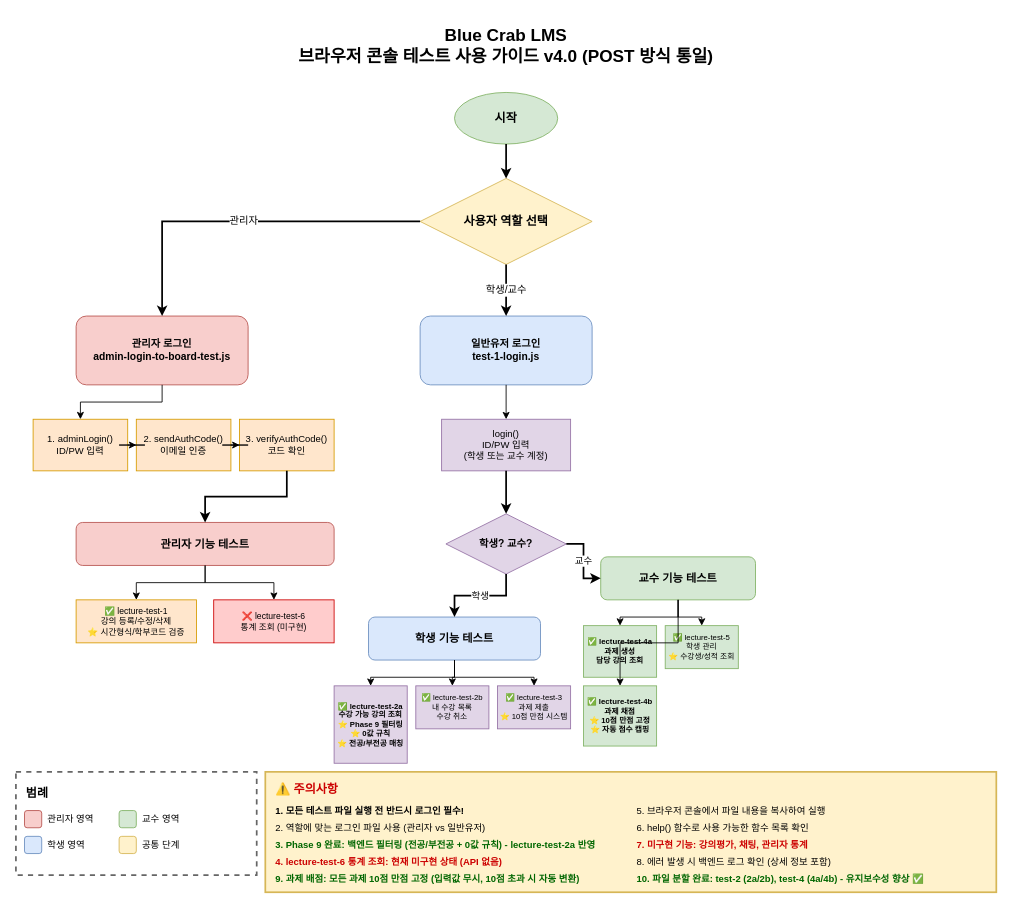
Before: backend/BlueCrab/docs/강의관련기능/브라우저콘솔테스트/usage-diagram.drawio in hooting76/blue-crab-lms, a draw.io diagram. Source tidied: cells renumbered, new cells numbered last; positions are measured from the earlier drawing's top-left corner, leaving out a move shared by most shapes. Both pictures are drawn from the tidied source at 86%, with x=0, y=0 at pixel (15, 15).
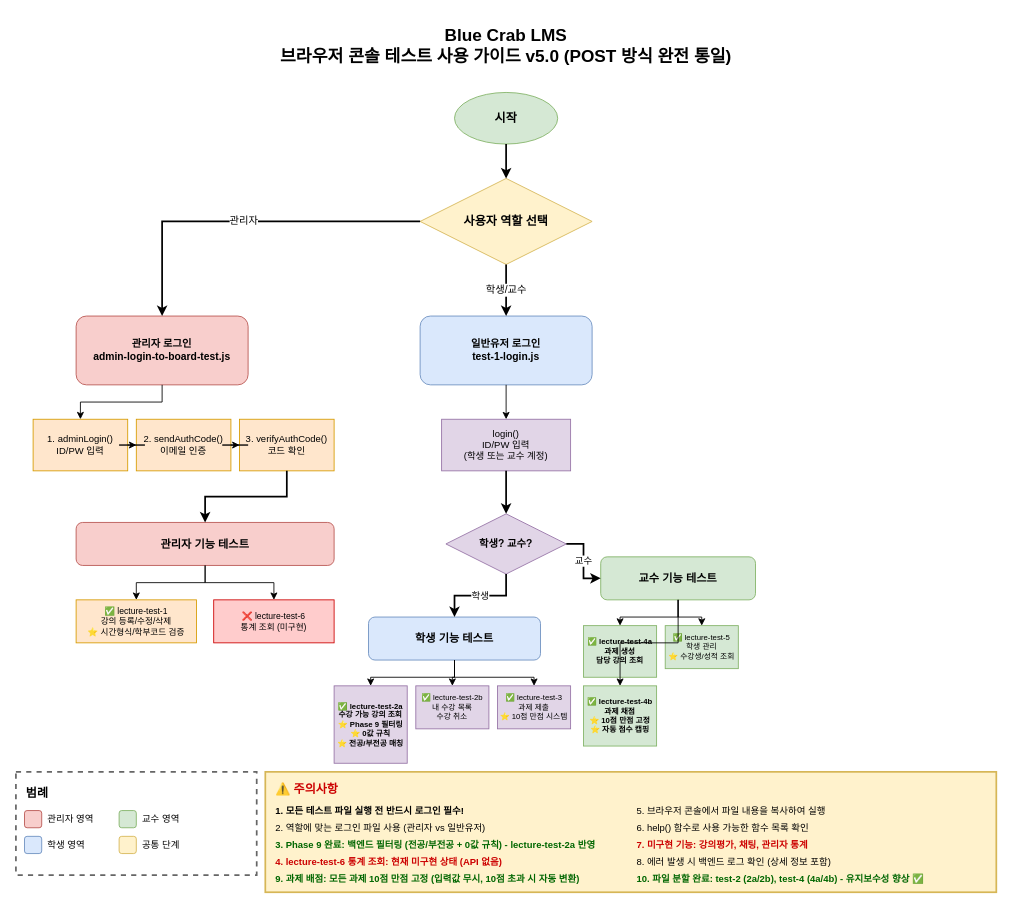
After the change.

The edit, as a diff of the source:
```diff
@@
-    <mxCell id="2" value="Blue Crab LMS&#10;브라우저 콘솔 테스트 사용 가이드 v4.0 (POST 방식 통일)" style="text;html=1;strokeColor=none;fillColor=default;align=center;verticalAlign=middle;whiteSpace=wrap;rounded=0;fontSize=20;fontStyle=1;" parent="1" vertex="1">
+    <mxCell id="2" value="Blue Crab LMS&#10;브라우저 콘솔 테스트 사용 가이드 v5.0 (POST 방식 완전 통일)" style="text;html=1;strokeColor=none;fillColor=default;align=center;verticalAlign=middle;whiteSpace=wrap;rounded=0;fontSize=20;fontStyle=1;" parent="1" vertex="1">
       <mxGeometry x="240" width="660" height="70" as="geometry" />
     </mxCell>
```
